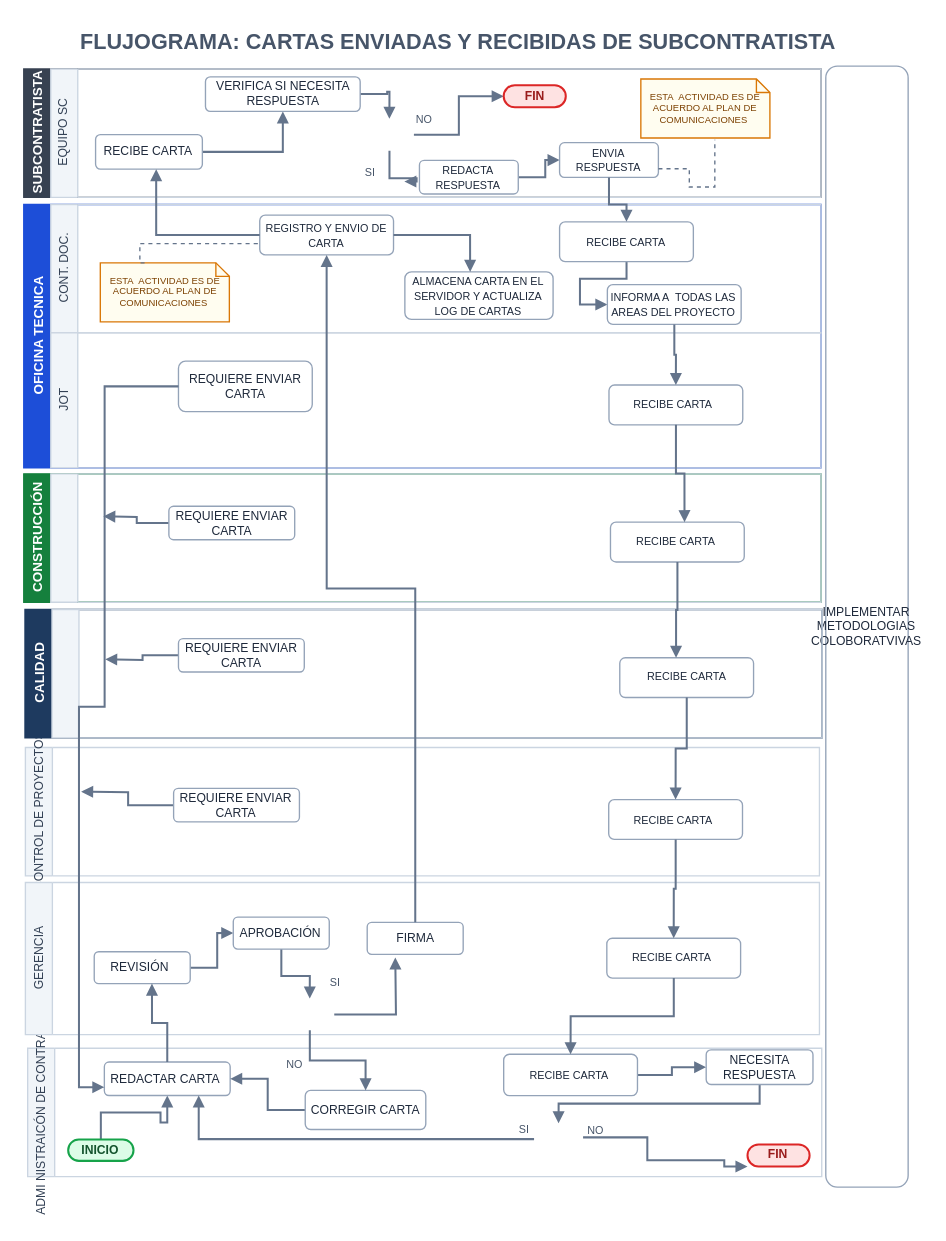
Above: flujogramas_v2/Flujo_Cartas_envio_Recepcion_SC_2026_revA.drawio in ehchavezm-hub/15-otazangaro (draw.io), before the change. Source tidied: cells renumbered, new cells numbered last; positions are measured from the earlier drawing's top-left corner, leaving out a move shared by most shapes. Both pictures are drawn from the tidied source at 135%, with x=0, y=0 at pixel (23, 23).
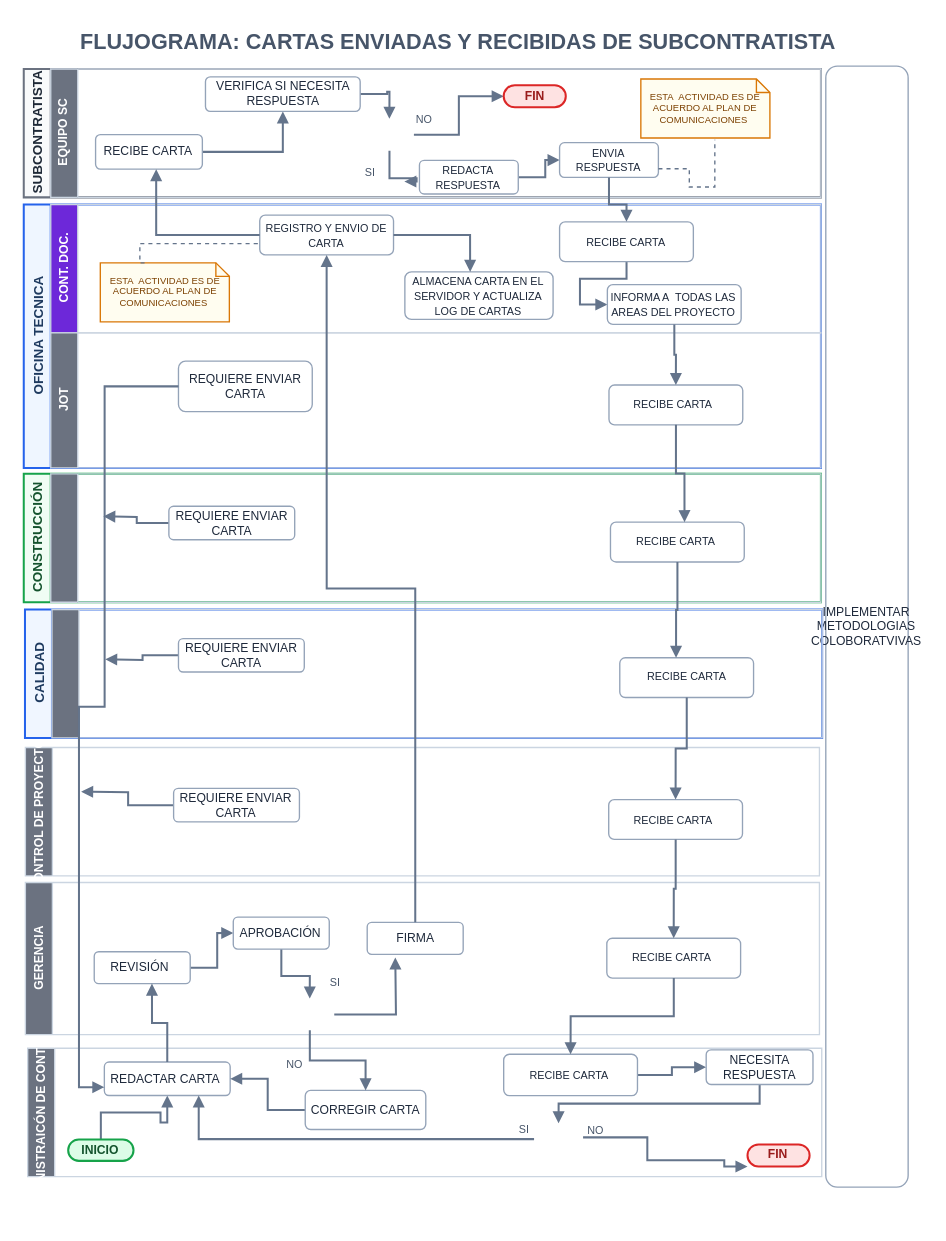
Above is the later version.

Change to the diagram source:
```diff
@@
-    <mxCell id="2" value="SUBCONTRATISTA" style="swimlane;startFill=1;horizontal=0;startSize=20;html=1;fillColor=#374151;strokeColor=#374151;fontColor=#FFFFFF;fontFamily=Helvetica;fontSize=10;fontStyle=1;swimlaneLine=1;" parent="1" vertex="1">
+    <mxCell id="2" value="SUBCONTRATISTA" style="swimlane;startFill=0;horizontal=0;startSize=20;html=1;swimlaneLine=1;fillColor=#F9FAFB;strokeColor=#6B7280;strokeWidth=1.5;fontColor=#1F2937;fontFamily=Helvetica;fontSize=10;fontStyle=1;" parent="1" vertex="1">
       <mxGeometry x="0.1" y="33.6" width="590.5" height="95.1" as="geometry" />
     </mxCell>
-    <mxCell id="3" value="EQUIPO SC" style="swimlane;startFill=1;swimlaneLine=1;startSize=20;horizontal=0;html=1;fillColor=#F1F5F9;strokeColor=#CBD5E1;fontColor=#334155;fontFamily=Helvetica;fontSize=9;fontStyle=0;" parent="2" vertex="1">
+    <mxCell id="3" value="EQUIPO SC" style="swimlane;startFill=1;swimlaneLine=1;startSize=20;horizontal=0;html=1;fillColor=#6B7280;strokeColor=#CBD5E1;fontColor=#FFFFFF;fontFamily=Helvetica;fontSize=9;fontStyle=1;" parent="2" vertex="1">
       <mxGeometry x="20" width="570.5" height="95.1" as="geometry" />
     </mxCell>
@@
-    <mxCell id="18" value="OFICINA TECNICA" style="swimlane;startFill=1;horizontal=0;startSize=20;html=1;fillColor=#1D4ED8;strokeColor=#1D4ED8;fontColor=#FFFFFF;fontFamily=Helvetica;fontSize=10;fontStyle=1;swimlaneLine=1;" parent="1" vertex="1">
+    <mxCell id="18" value="OFICINA TECNICA" style="swimlane;startFill=0;horizontal=0;startSize=20;html=1;swimlaneLine=1;fillColor=#EFF6FF;strokeColor=#2563EB;strokeWidth=1.5;fontColor=#1E3A5F;fontFamily=Helvetica;fontSize=10;fontStyle=1;" parent="1" vertex="1">
       <mxGeometry x="0.1" y="134" width="590.5" height="195.1" as="geometry" />
     </mxCell>
-    <mxCell id="19" value="CONT. DOC." style="swimlane;startFill=1;swimlaneLine=1;startSize=20;horizontal=0;html=1;fillColor=#F1F5F9;strokeColor=#CBD5E1;fontColor=#334155;fontFamily=Helvetica;fontSize=9;fontStyle=0;" parent="18" vertex="1">
+    <mxCell id="19" value="CONT. DOC." style="swimlane;startFill=1;swimlaneLine=1;startSize=20;horizontal=0;html=1;fillColor=#6D28D9;strokeColor=#CBD5E1;fontColor=#FFFFFF;fontFamily=Helvetica;fontSize=9;fontStyle=1;" parent="18" vertex="1">
       <mxGeometry x="20" width="570.5" height="95.1" as="geometry" />
     </mxCell>
@@
-    <mxCell id="29" value="JOT" style="swimlane;startFill=1;swimlaneLine=1;startSize=20;horizontal=0;html=1;fillColor=#F1F5F9;strokeColor=#CBD5E1;fontColor=#334155;fontFamily=Helvetica;fontSize=9;fontStyle=0;" parent="18" vertex="1">
+    <mxCell id="29" value="JOT" style="swimlane;startFill=1;swimlaneLine=1;startSize=20;horizontal=0;html=1;fillColor=#6B7280;strokeColor=#CBD5E1;fontColor=#FFFFFF;fontFamily=Helvetica;fontSize=9;fontStyle=1;" parent="18" vertex="1">
       <mxGeometry x="20" y="95.1" width="570.5" height="100" as="geometry" />
     </mxCell>
@@
-    <mxCell id="34" value="CONSTRUCCIÓN" style="swimlane;startFill=1;horizontal=0;startSize=20;html=1;fillColor=#15803D;strokeColor=#15803D;fontColor=#FFFFFF;fontFamily=Helvetica;fontSize=10;fontStyle=1;swimlaneLine=1;" parent="1" vertex="1">
+    <mxCell id="34" value="CONSTRUCCIÓN" style="swimlane;startFill=0;horizontal=0;startSize=20;html=1;swimlaneLine=1;fillColor=#F0FDF4;strokeColor=#16A34A;strokeWidth=1.5;fontColor=#14532D;fontFamily=Helvetica;fontSize=10;fontStyle=1;" parent="1" vertex="1">
       <mxGeometry x="0.1" y="333.5" width="590.5" height="95.1" as="geometry" />
     </mxCell>
-    <mxCell id="35" style="swimlane;startFill=1;swimlaneLine=1;startSize=20;horizontal=0;html=1;fillColor=#F1F5F9;strokeColor=#CBD5E1;fontColor=#334155;fontFamily=Helvetica;fontSize=9;fontStyle=0;" parent="34" vertex="1">
+    <mxCell id="35" style="swimlane;startFill=1;swimlaneLine=1;startSize=20;horizontal=0;html=1;fillColor=#6B7280;strokeColor=#CBD5E1;fontColor=#FFFFFF;fontFamily=Helvetica;fontSize=9;fontStyle=1;" parent="34" vertex="1">
       <mxGeometry x="20" width="570.5" height="95.1" as="geometry" />
     </mxCell>
@@
-    <mxCell id="40" value="CONTROL DE PROYECTOS" style="swimlane;startFill=1;swimlaneLine=1;startSize=20;horizontal=0;html=1;fillColor=#F1F5F9;strokeColor=#CBD5E1;fontColor=#334155;fontFamily=Helvetica;fontSize=9;fontStyle=0;" parent="1" vertex="1">
+    <mxCell id="40" value="CONTROL DE PROYECTOS" style="swimlane;startFill=1;swimlaneLine=1;startSize=20;horizontal=0;html=1;fillColor=#6B7280;strokeColor=#CBD5E1;fontColor=#FFFFFF;fontFamily=Helvetica;fontSize=9;fontStyle=1;" parent="1" vertex="1">
       <mxGeometry x="1.3" y="536.2" width="588.2" height="95.1" as="geometry" />
     </mxCell>
@@
-    <mxCell id="44" value="CALIDAD" style="swimlane;startFill=1;horizontal=0;startSize=20;html=1;fillColor=#1E3A5F;strokeColor=#1E3A5F;fontColor=#FFFFFF;fontFamily=Helvetica;fontSize=10;fontStyle=1;swimlaneLine=1;" parent="1" vertex="1">
+    <mxCell id="44" value="CALIDAD" style="swimlane;startFill=0;horizontal=0;startSize=20;html=1;swimlaneLine=1;fillColor=#F0F6FF;strokeColor=#2563EB;strokeWidth=1.5;fontColor=#1E3A5F;fontFamily=Helvetica;fontSize=10;fontStyle=1;" parent="1" vertex="1">
       <mxGeometry x="1" y="434" width="590.5" height="95.1" as="geometry" />
     </mxCell>
-    <mxCell id="45" style="swimlane;startFill=1;swimlaneLine=1;startSize=20;horizontal=0;html=1;fillColor=#F1F5F9;strokeColor=#CBD5E1;fontColor=#334155;fontFamily=Helvetica;fontSize=9;fontStyle=0;" parent="44" vertex="1">
+    <mxCell id="45" style="swimlane;startFill=1;swimlaneLine=1;startSize=20;horizontal=0;html=1;fillColor=#6B7280;strokeColor=#CBD5E1;fontColor=#FFFFFF;fontFamily=Helvetica;fontSize=9;fontStyle=1;" parent="44" vertex="1">
       <mxGeometry x="20" width="570.5" height="95.1" as="geometry" />
     </mxCell>
@@
-    <mxCell id="49" value="ADMI NISTRAICÓN DE CONTRATOS" style="swimlane;startFill=1;swimlaneLine=1;startSize=20;horizontal=0;html=1;fillColor=#F1F5F9;strokeColor=#CBD5E1;fontColor=#334155;fontFamily=Helvetica;fontSize=9;fontStyle=0;" parent="1" vertex="1">
+    <mxCell id="49" value="ADMI NISTRAICÓN DE CONTRATOS" style="swimlane;startFill=1;swimlaneLine=1;startSize=20;horizontal=0;html=1;fillColor=#6B7280;strokeColor=#CBD5E1;fontColor=#FFFFFF;fontFamily=Helvetica;fontSize=9;fontStyle=1;" parent="1" vertex="1">
       <mxGeometry x="3" y="759" width="588.2" height="95.1" as="geometry" />
     </mxCell>
@@
-    <mxCell id="66" value="GERENCIA" style="swimlane;startFill=1;swimlaneLine=1;startSize=20;horizontal=0;html=1;fillColor=#F1F5F9;strokeColor=#CBD5E1;fontColor=#334155;fontFamily=Helvetica;fontSize=9;fontStyle=0;" parent="1" vertex="1">
+    <mxCell id="66" value="GERENCIA" style="swimlane;startFill=1;swimlaneLine=1;startSize=20;horizontal=0;html=1;fillColor=#6B7280;strokeColor=#CBD5E1;fontColor=#FFFFFF;fontFamily=Helvetica;fontSize=9;fontStyle=1;" parent="1" vertex="1">
       <mxGeometry x="1.3" y="636.2" width="588.2" height="112.7" as="geometry" />
     </mxCell>
```
